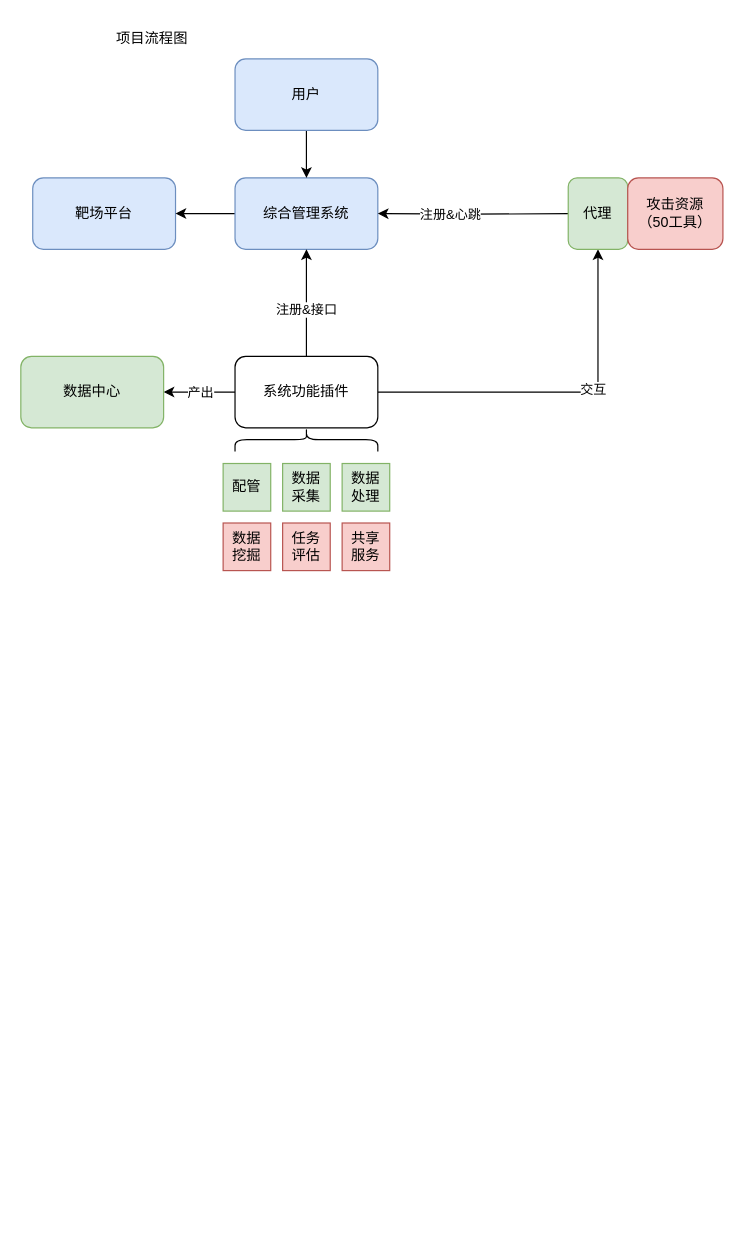
Earlier version of the draw.io diagram 未命名绘图.drawio (HeisenbergV/algo). Source tidied: cells renumbered, new cells numbered last; positions are measured from the earlier drawing's top-left corner, leaving out a move shared by most shapes. Both pictures are drawn from the tidied source at 119%, with x=0, y=0 at pixel (20, 20).
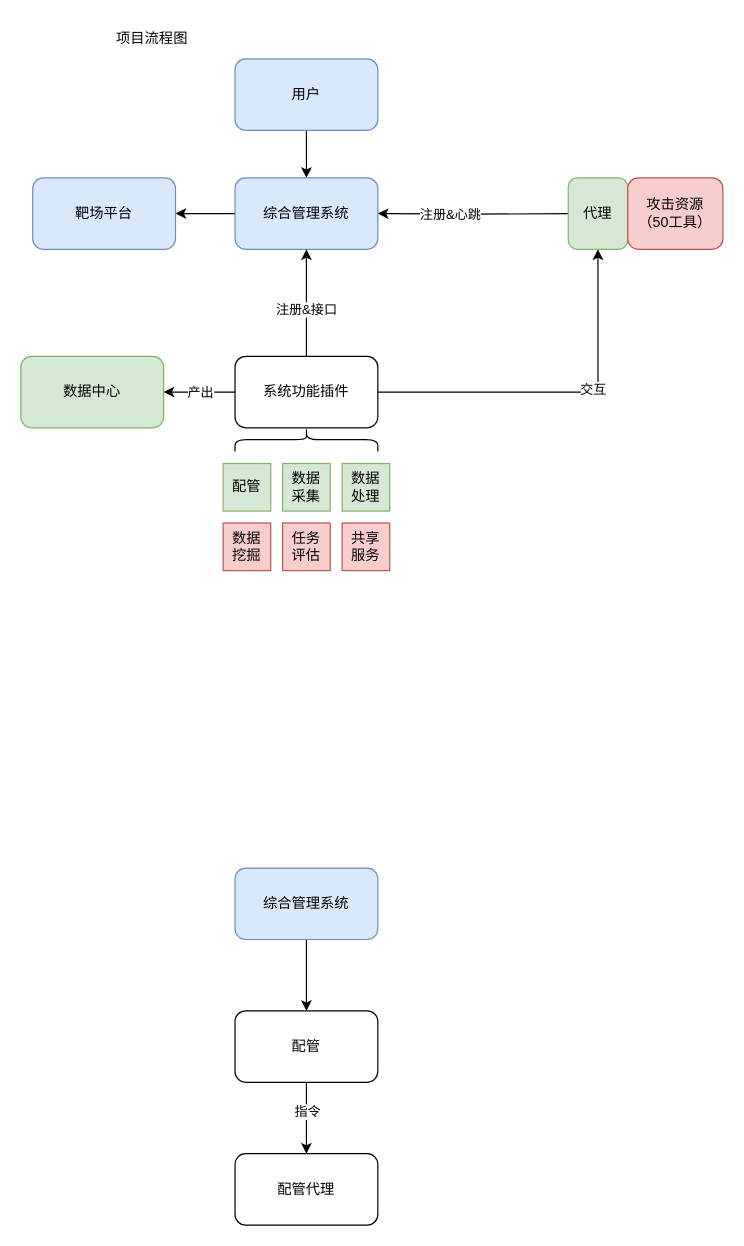
The same page after the edit.

Commit message:
更新未命名绘图.drawio

What changed in the source:
```diff
@@
+    <mxCell id="27" style="edgeStyle=orthogonalEdgeStyle;rounded=0;jettySize=auto;html=1;entryX=0.5;entryY=0;entryDx=0;entryDy=0;" parent="1" edge="1" source="29" target="30">
+      <mxGeometry relative="1" as="geometry" />
+    </mxCell>
+    <mxCell id="28" value="指令" style="edgeLabel;html=1;align=center;verticalAlign=middle;" parent="27" vertex="1">
+      <mxGeometry x="-0.2" relative="1" as="geometry" />
+    </mxCell>
+    <mxCell id="29" value="配管" style="rounded=1;whiteSpace=wrap;html=1;" parent="1" vertex="1">
+      <mxGeometry x="180" y="832" width="120" height="60" as="geometry" />
+    </mxCell>
+    <mxCell id="30" value="配管代理" style="rounded=1;whiteSpace=wrap;html=1;" parent="1" vertex="1">
+      <mxGeometry x="180" y="952" width="120" height="60" as="geometry" />
+    </mxCell>
+    <mxCell id="31" style="edgeStyle=orthogonalEdgeStyle;rounded=0;jettySize=auto;html=1;entryX=0.5;entryY=0;entryDx=0;entryDy=0;" parent="1" edge="1" source="32" target="29">
+      <mxGeometry relative="1" as="geometry" />
+    </mxCell>
+    <mxCell id="32" value="综合管理系统" style="rounded=1;whiteSpace=wrap;html=1;fillColor=#dae8fc;strokeColor=#6c8ebf;" parent="1" vertex="1">
+      <mxGeometry x="180" y="712" width="120" height="60" as="geometry" />
+    </mxCell>
```
